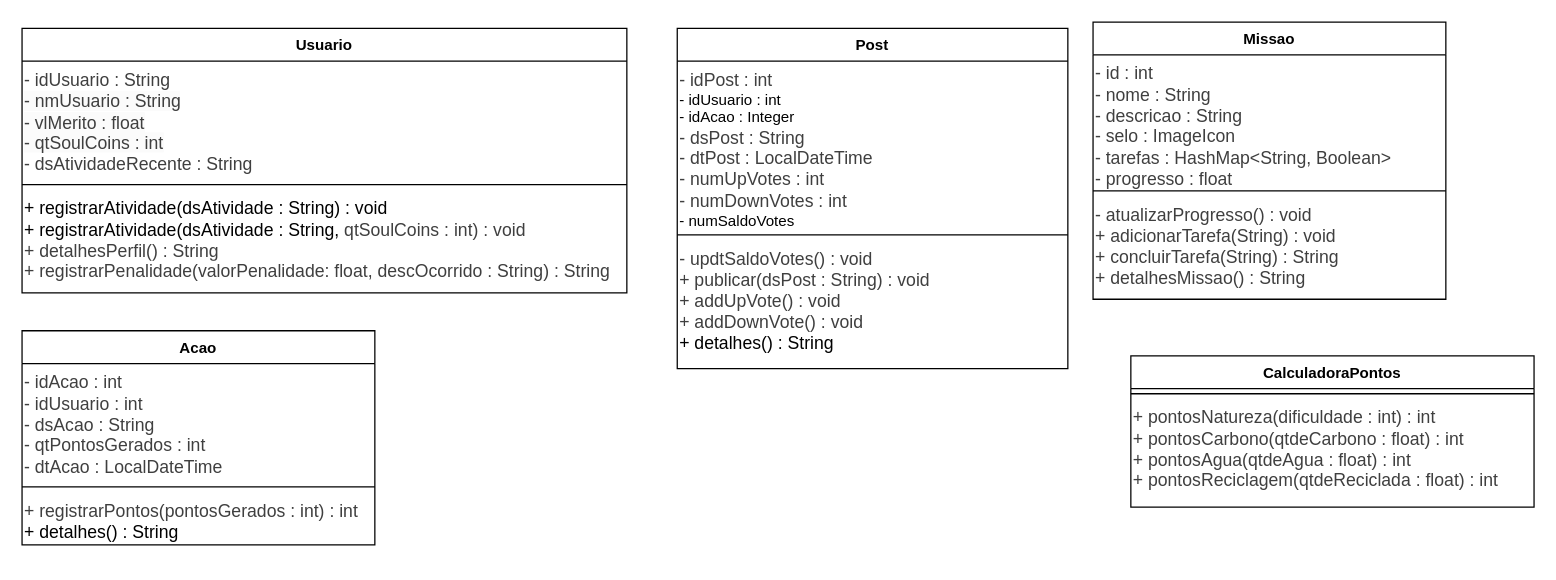
Above: diagrams/diagrama-classes.drawio in SolConTech/ecoscore-java-db (draw.io), before the change. Source tidied: cells renumbered, new cells numbered last; positions are measured from the earlier drawing's top-left corner, leaving out a move shared by most shapes. Both pictures are drawn from the tidied source at 126%, with x=0, y=0 at pixel (21, 21).
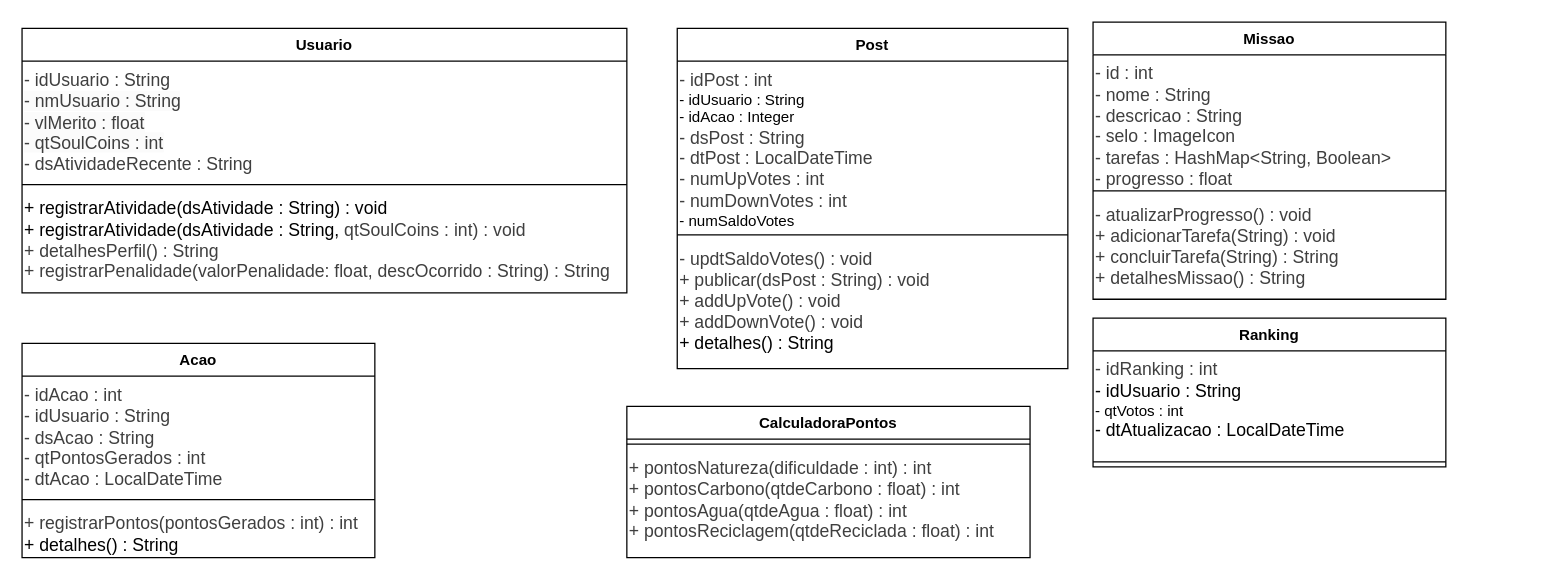
After the change.

Unchanged cells that the change refers to:
```xml
<mxCell id="17" value="Post" style="swimlane;fontStyle=1;align=center;verticalAlign=top;horizontal=1;startSize=26;whiteSpace=wrap;html=1;" parent="1" vertex="1">
  <mxGeometry x="520" y="5" width="310" height="270" as="geometry" />
</mxCell>
```

The edit, as a diff of the source:
```diff
@@
     <mxCell id="6" value="Acao" style="swimlane;fontStyle=1;align=center;verticalAlign=top;horizontal=1;startSize=26;whiteSpace=wrap;html=1;" parent="1" vertex="1">
-      <mxGeometry y="245" width="280" height="170" as="geometry" />
+      <mxGeometry y="255" width="280" height="170" as="geometry" />
     </mxCell>
-    <mxCell id="7" value="&lt;div&gt;&lt;font color=&quot;#000000&quot;&gt;&lt;span style=&quot;font-size: 14px; color: rgb(63, 63, 63);&quot;&gt;- idAcao : int&lt;/span&gt;&lt;/font&gt;&lt;/div&gt;&lt;div&gt;&lt;font color=&quot;#000000&quot;&gt;&lt;span style=&quot;font-size: 14px; color: rgb(63, 63, 63);&quot;&gt;- idUsuario : int&lt;/span&gt;&lt;/font&gt;&lt;/div&gt;&lt;font color=&quot;#000000&quot;&gt;&lt;span style=&quot;font-size: 14px; color: rgb(63, 63, 63);&quot;&gt;- dsAcao : String&lt;/span&gt;&lt;br style=&quot;scrollbar-color: rgb(226, 226, 226) rgb(251, 251, 251); font-size: 14px; color: rgb(63, 63, 63);&quot;&gt;&lt;span style=&quot;font-size: 14px; color: rgb(63, 63, 63);&quot;&gt;- qtPontosGerados : int&lt;/span&gt;&lt;br style=&quot;scrollbar-color: rgb(226, 226, 226) rgb(251, 251, 251); font-size: 14px; color: rgb(63, 63, 63);&quot;&gt;&lt;span style=&quot;font-size: 14px; color: rgb(63, 63, 63);&quot;&gt;- dtAcao : LocalDateTime&lt;/span&gt;&lt;/font&gt;" style="text;whiteSpace=wrap;html=1;" parent="6" vertex="1">
+    <mxCell id="7" value="&lt;div&gt;&lt;font color=&quot;#000000&quot;&gt;&lt;span style=&quot;font-size: 14px; color: rgb(63, 63, 63);&quot;&gt;- idAcao : int&lt;/span&gt;&lt;/font&gt;&lt;/div&gt;&lt;div&gt;&lt;font color=&quot;#000000&quot;&gt;&lt;span style=&quot;font-size: 14px; color: rgb(63, 63, 63);&quot;&gt;- idUsuario : String&lt;/span&gt;&lt;/font&gt;&lt;/div&gt;&lt;font color=&quot;#000000&quot;&gt;&lt;span style=&quot;font-size: 14px; color: rgb(63, 63, 63);&quot;&gt;- dsAcao : String&lt;/span&gt;&lt;br style=&quot;scrollbar-color: rgb(226, 226, 226) rgb(251, 251, 251); font-size: 14px; color: rgb(63, 63, 63);&quot;&gt;&lt;span style=&quot;font-size: 14px; color: rgb(63, 63, 63);&quot;&gt;- qtPontosGerados : int&lt;/span&gt;&lt;br style=&quot;scrollbar-color: rgb(226, 226, 226) rgb(251, 251, 251); font-size: 14px; color: rgb(63, 63, 63);&quot;&gt;&lt;span style=&quot;font-size: 14px; color: rgb(63, 63, 63);&quot;&gt;- dtAcao : LocalDateTime&lt;/span&gt;&lt;/font&gt;" style="text;whiteSpace=wrap;html=1;" parent="6" vertex="1">
       <mxGeometry y="26" width="280" height="94" as="geometry" />
     </mxCell>
@@
     <mxCell id="10" value="CalculadoraPontos" style="swimlane;fontStyle=1;align=center;verticalAlign=top;horizontal=1;startSize=26;whiteSpace=wrap;html=1;" parent="1" vertex="1">
-      <mxGeometry x="880" y="265" width="320" height="120" as="geometry" />
+      <mxGeometry x="480" y="305" width="320" height="120" as="geometry" />
     </mxCell>
@@
-    <mxCell id="18" value="&lt;font color=&quot;#000000&quot;&gt;&lt;span style=&quot;font-size: 14px; color: rgb(63, 63, 63);&quot;&gt;- idPost : int&lt;/span&gt;&lt;/font&gt;&lt;div&gt;&lt;font color=&quot;#000000&quot;&gt;- idUsuario : int&lt;/font&gt;&lt;/div&gt;&lt;div&gt;&lt;font color=&quot;#000000&quot;&gt;&lt;font color=&quot;#000000&quot;&gt;- idAcao : Integer&lt;br style=&quot;scrollbar-color: rgb(226, 226, 226) rgb(251, 251, 251); color: rgb(63, 63, 63);&quot;&gt;&lt;/font&gt;&lt;span style=&quot;color: rgb(63, 63, 63); font-size: 14px;&quot;&gt;- dsPost : String&lt;/span&gt;&lt;br style=&quot;scrollbar-color: rgb(226, 226, 226) rgb(251, 251, 251); font-size: 14px; color: rgb(63, 63, 63);&quot;&gt;&lt;span style=&quot;color: rgb(63, 63, 63); font-size: 14px;&quot;&gt;- dtPost : LocalDateTime&lt;/span&gt;&lt;/font&gt;&lt;/div&gt;&lt;div&gt;&lt;font color=&quot;#000000&quot;&gt;&lt;span style=&quot;color: rgb(63, 63, 63); font-size: 14px;&quot;&gt;- numUpVotes : int&lt;/span&gt;&lt;/font&gt;&lt;/div&gt;&lt;div&gt;&lt;font color=&quot;#000000&quot;&gt;&lt;span style=&quot;color: rgb(63, 63, 63); font-size: 14px;&quot;&gt;- numDownVotes : int&lt;/span&gt;&lt;/font&gt;&lt;/div&gt;&lt;div&gt;- numSaldoVotes&lt;/div&gt;" style="text;whiteSpace=wrap;html=1;" parent="17" vertex="1">
+    <mxCell id="18" value="&lt;font color=&quot;#000000&quot;&gt;&lt;span style=&quot;font-size: 14px; color: rgb(63, 63, 63);&quot;&gt;- idPost : int&lt;/span&gt;&lt;/font&gt;&lt;div&gt;&lt;font color=&quot;#000000&quot;&gt;- idUsuario : String&lt;/font&gt;&lt;/div&gt;&lt;div&gt;&lt;font color=&quot;#000000&quot;&gt;&lt;font color=&quot;#000000&quot;&gt;- idAcao : Integer&lt;br style=&quot;scrollbar-color: rgb(226, 226, 226) rgb(251, 251, 251); color: rgb(63, 63, 63);&quot;&gt;&lt;/font&gt;&lt;span style=&quot;color: rgb(63, 63, 63); font-size: 14px;&quot;&gt;- dsPost : String&lt;/span&gt;&lt;br style=&quot;scrollbar-color: rgb(226, 226, 226) rgb(251, 251, 251); font-size: 14px; color: rgb(63, 63, 63);&quot;&gt;&lt;span style=&quot;color: rgb(63, 63, 63); font-size: 14px;&quot;&gt;- dtPost : LocalDateTime&lt;/span&gt;&lt;/font&gt;&lt;/div&gt;&lt;div&gt;&lt;font color=&quot;#000000&quot;&gt;&lt;span style=&quot;color: rgb(63, 63, 63); font-size: 14px;&quot;&gt;- numUpVotes : int&lt;/span&gt;&lt;/font&gt;&lt;/div&gt;&lt;div&gt;&lt;font color=&quot;#000000&quot;&gt;&lt;span style=&quot;color: rgb(63, 63, 63); font-size: 14px;&quot;&gt;- numDownVotes : int&lt;/span&gt;&lt;/font&gt;&lt;/div&gt;&lt;div&gt;- numSaldoVotes&lt;/div&gt;" style="text;whiteSpace=wrap;html=1;" parent="17" vertex="1">
       <mxGeometry y="26" width="310" height="134" as="geometry" />
     </mxCell>
@@
+    <mxCell id="21" value="Ranking" style="swimlane;fontStyle=1;align=center;verticalAlign=top;horizontal=1;startSize=26;whiteSpace=wrap;html=1;" parent="1" vertex="1">
+      <mxGeometry x="850" y="235" width="280" height="118" as="geometry" />
+    </mxCell>
+    <mxCell id="22" value="&lt;div&gt;&lt;span style=&quot;color: rgb(63, 63, 63); font-size: 14px; background-color: transparent;&quot;&gt;- idRanking : int&lt;/span&gt;&lt;/div&gt;&lt;div&gt;&lt;span style=&quot;background-color: transparent; font-size: 14px;&quot;&gt;- idUsuario : String&lt;/span&gt;&lt;/div&gt;&lt;div&gt;- qtVotos : int&lt;/div&gt;&lt;div&gt;&lt;span style=&quot;font-size: 14px;&quot;&gt;- dtAtualizacao : LocalDateTime&lt;/span&gt;&lt;/div&gt;" style="text;whiteSpace=wrap;html=1;" parent="21" vertex="1">
+      <mxGeometry y="26" width="280" height="84" as="geometry" />
+    </mxCell>
+    <mxCell id="23" style="line;strokeWidth=1;fillColor=none;align=left;verticalAlign=middle;spacingTop=-1;spacingLeft=3;spacingRight=3;labelPosition=right;strokeColor=inherit;" parent="21" vertex="1">
+      <mxGeometry y="110" width="280" height="8" as="geometry" />
+    </mxCell>
```
